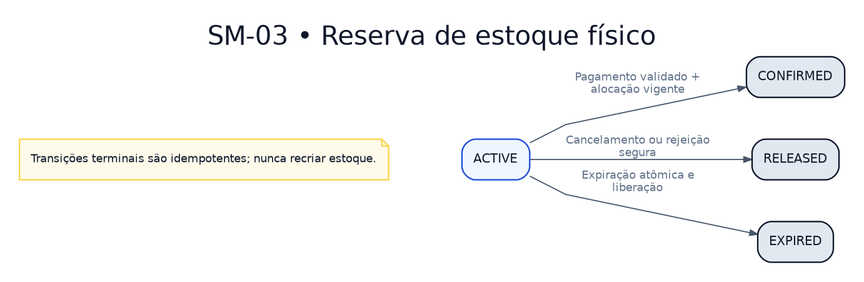
This is docs/03-business-processes/state-machines/SM-03-reserva-de-estoque.png from Igor475/atlas-commerce, a Graphviz export, as it was before one commit. Its source is kept beside it as docs/03-business-processes/state-machines/SM-03-reserva-de-estoque.dot. Its diagram source:
```dot
digraph AtlasCommerce {
	graph [bgcolor=white concentrate=false fontcolor="#0f172a" fontname="DejaVu Sans" fontsize=23 label="SM-03 • Reserva de estoque físico" labelloc=t nodesep=.52 outputorder=edgesfirst pad=0.24 rankdir=LR ranksep=.87 splines=polyline]
	node [color="#cbd5e1" fillcolor="#f8fafc" fontcolor="#0f172a" fontname="DejaVu Sans" fontsize=11 margin="0.14,0.09" penwidth=1.3 shape=box style="rounded,filled"]
	edge [arrowsize=.7 color="#475569" fontcolor="#64748b" fontname="DejaVu Sans" fontsize=10]
	active [label=ACTIVE color="#1d4ed8" fillcolor="#eff6ff"]
	confirmed [label=CONFIRMED color="#0f172a" fillcolor="#e2e8f0" shape=box]
	released [label=RELEASED color="#0f172a" fillcolor="#e2e8f0" shape=box]
	expired [label=EXPIRED color="#0f172a" fillcolor="#e2e8f0" shape=box]
	active -> confirmed [label="Pagamento validado +
alocação vigente"]
	active -> released [label="Cancelamento ou rejeição
segura"]
	active -> expired [label="Expiração atômica e
liberação"]
	NOTE [label="Transições terminais são idempotentes; nunca recriar estoque." color="#fcd34d" fillcolor="#fffbeb" fontsize=10 shape=note]
	NOTE -> active [style=invis]
}
```
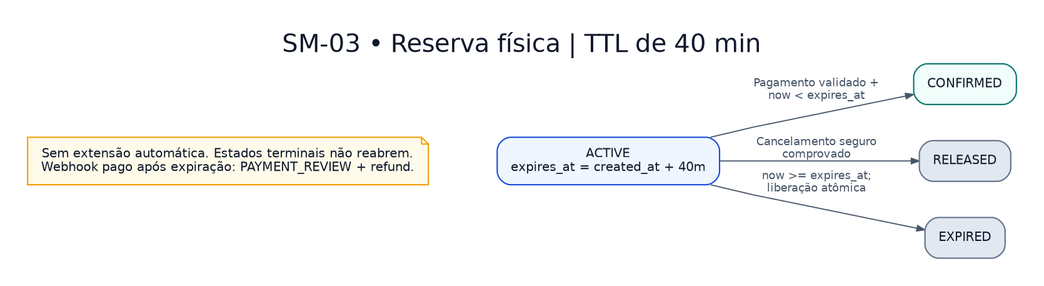
Above is the later version.

Change to the diagram source:
```diff
@@ -1,17 +1,17 @@
 digraph AtlasCommerce {
-	graph [bgcolor=white concentrate=false fontcolor="#0f172a" fontname="DejaVu Sans" fontsize=23 label="SM-03 • Reserva de estoque físico" labelloc=t nodesep=.52 outputorder=edgesfirst pad=0.24 rankdir=LR ranksep=.87 splines=polyline]
-	node [color="#cbd5e1" fillcolor="#f8fafc" fontcolor="#0f172a" fontname="DejaVu Sans" fontsize=11 margin="0.14,0.09" penwidth=1.3 shape=box style="rounded,filled"]
-	edge [arrowsize=.7 color="#475569" fontcolor="#64748b" fontname="DejaVu Sans" fontsize=10]
-	active [label=ACTIVE color="#1d4ed8" fillcolor="#eff6ff"]
-	confirmed [label=CONFIRMED color="#0f172a" fillcolor="#e2e8f0" shape=box]
-	released [label=RELEASED color="#0f172a" fillcolor="#e2e8f0" shape=box]
-	expired [label=EXPIRED color="#0f172a" fillcolor="#e2e8f0" shape=box]
-	active -> confirmed [label="Pagamento validado +
-alocação vigente"]
-	active -> released [label="Cancelamento ou rejeição
-segura"]
-	active -> expired [label="Expiração atômica e
-liberação"]
-	NOTE [label="Transições terminais são idempotentes; nunca recriar estoque." color="#fcd34d" fillcolor="#fffbeb" fontsize=10 shape=note]
-	NOTE -> active [style=invis]
+graph [bgcolor=white fontname="DejaVu Sans" fontcolor="#0f172a" fontsize=22 label="SM-03 • Reserva física | TTL de 40 min" labelloc=t pad="0.34" rankdir=TB ranksep="0.83" nodesep="0.45" splines=polyline outputorder=edgesfirst];
+node [fontname="DejaVu Sans" fontsize=11 color="#cbd5e1" fillcolor="#f8fafc" fontcolor="#0f172a" style="rounded,filled" shape=box margin="0.16,0.12" penwidth=1.2];
+edge [fontname="DejaVu Sans" fontsize=10 color="#475569" fontcolor="#475569" arrowsize=.7];
+
+rankdir=LR;
+active [label="ACTIVE\nexpires_at = created_at + 40m" color="#1d4ed8" fillcolor="#eff6ff"];
+confirmed [label="CONFIRMED" color="#0f766e" fillcolor="#f0fdfa"];
+released [label="RELEASED" color="#64748b" fillcolor="#e2e8f0"];
+expired [label="EXPIRED" color="#64748b" fillcolor="#e2e8f0"];
+active -> confirmed [label="Pagamento validado +\nnow < expires_at"];
+active -> released [label="Cancelamento seguro\ncomprovado"];
+active -> expired [label="now >= expires_at;\nliberação atômica"];
+note [label="Sem extensão automática. Estados terminais não reabrem.\nWebhook pago após expiração: PAYMENT_REVIEW + refund." shape=note color="#f59e0b" fillcolor="#fffbeb"];
+note -> active [style=invis];
+
 }
```
